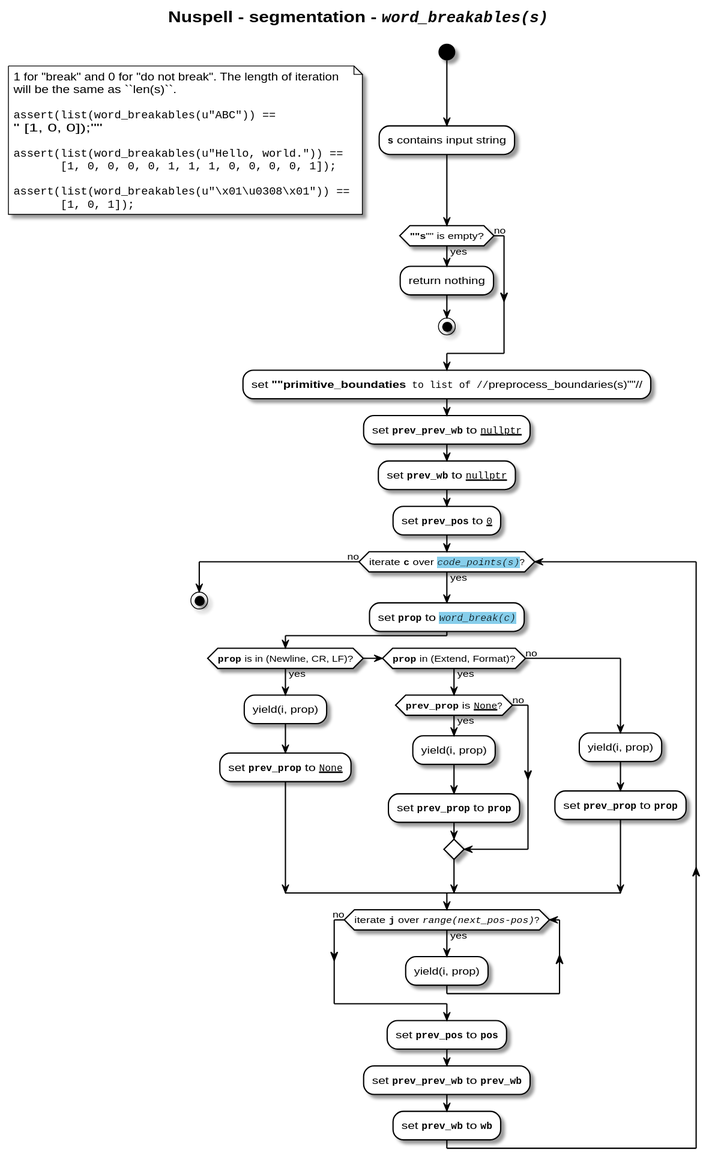
This is uml/activity-diagrams/segmentation-word_breakables-activity-diagram.svg from nuspell/misc-nuspell, a PlantUML export, as it was before one commit. Source of this version:
```plantuml
@startuml
skinparam BackgroundColor White|White
skinparam ArrowColor Black

skinparam NoteBackgroundColor White
skinparam NoteBorderColor Black

skinparam ActivityBackgroundColor White
skinparam ActivityDiamondBackgroundColor White
skinparam ActivityBorderColor Black
skinparam ActivityDiamondBorderColor Black

title **Nuspell - segmentation - //""word_breakables(s)""//**\n

start

:**""s""** contains input string;
floating note left
    1 for "break" and 0 for "do not break".  The length of iteration
    will be the same as ``len(s)``.

    ""assert(list(word_breakables(u"ABC")) ==""
    "        [1, 0, 0]);""

    ""assert(list(word_breakables(u"Hello, world.")) ==""
    ""       [1, 0, 0, 0, 0, 1, 1, 1, 0, 0, 0, 0, 1]);""

    ""assert(list(word_breakables(u"\x01\u0308\x01")) ==""
    ""       [1, 0, 1]);""
end note

if (**""s**"" is empty?) then (yes)
    :return nothing;
    stop
else (no)
endif

:set **""primitive_boundaties**"" to list of //""preprocess_boundaries(s)""//;
:set **""prev_prev_wb""** to __""nullptr""__;
:set **""prev_wb""** to __""nullptr""__;
:set **""prev_pos""** to __""0""__;

while (iterate **""c""** over <back:skyblue>//""code_points(s)""//</back>?) is (yes)
    :set **""prop""** to <back:skyblue>//""word_break(c)""//</back>;
    if (**""prop""** is in (Newline, CR, LF)?) then (yes)
        :yield(i, prop);
        :set **""prev_prop""** to __""None""__;
    elseif (**""prop""** in (Extend, Format)?) then (yes)
        if (**""prev_prop""** is __""None""__?) then (yes)
            :yield(i, prop);
            :set **""prev_prop""** to **""prop""**;
        else (no)
        endif
    else (no)
        :yield(i, prop);
        :set **""prev_prop""** to **""prop""**;
    endif

    while (iterate **""j""** over //""range(next_pos-pos)""//?) is (yes)
        :yield(i, prop);
    endwhile (no)
    :set **""prev_pos""** to **""pos""**;
    :set **""prev_prev_wb""** to **""prev_wb""**;
    :set **""prev_wb""** to **""wb""**;
endwhile (no)

stop

@enduml
```
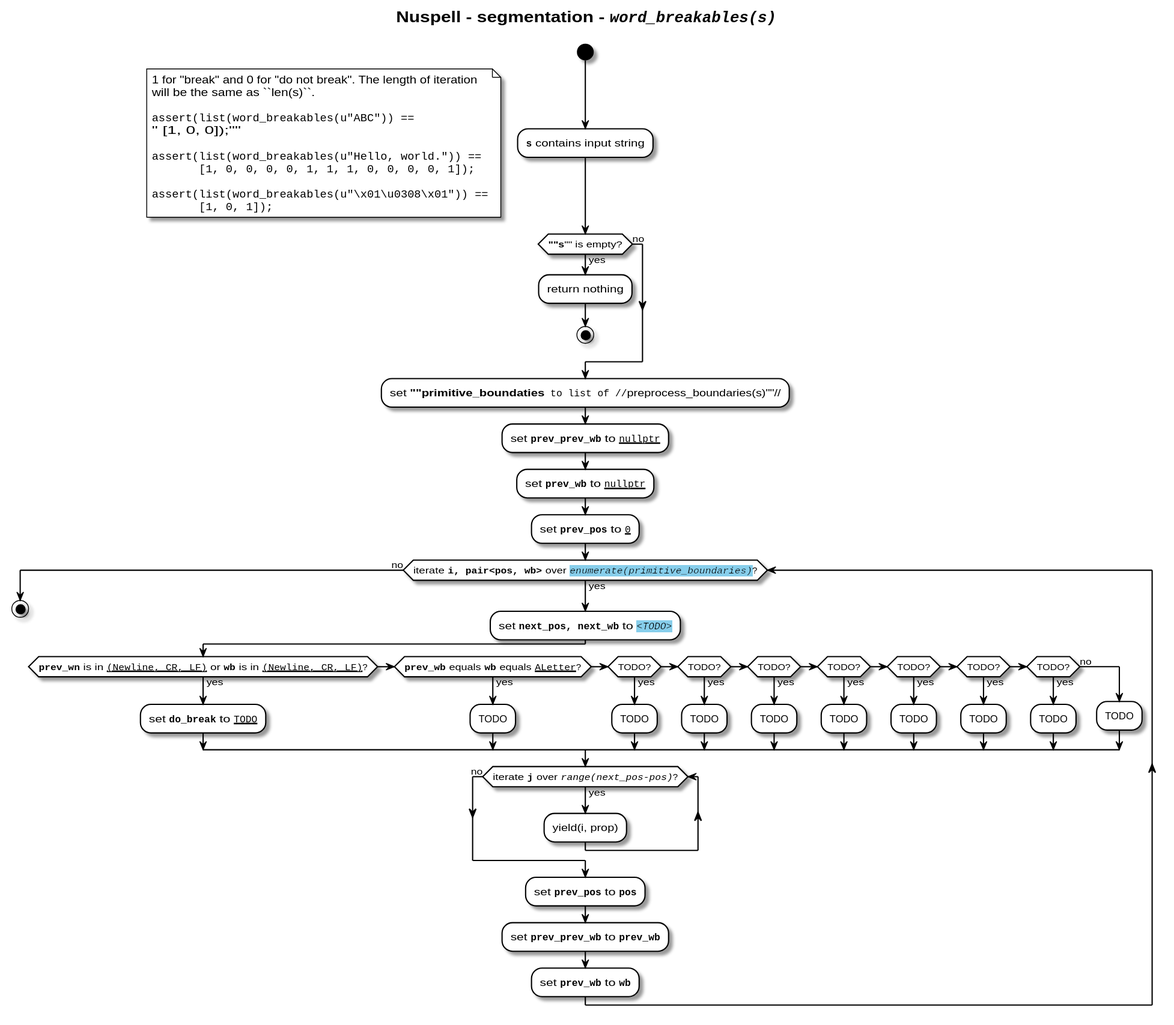
The same file after the commit.

What changed in the source:
```diff
@@ -40,20 +40,28 @@
 :set **""prev_wb""** to __""nullptr""__;
 :set **""prev_pos""** to __""0""__;
 
-while (iterate **""c""** over <back:skyblue>//""code_points(s)""//</back>?) is (yes)
-    :set **""prop""** to <back:skyblue>//""word_break(c)""//</back>;
-    if (**""prop""** is in (Newline, CR, LF)?) then (yes)
-        :yield(i, prop);
-        :set **""prev_prop""** to __""None""__;
-    elseif (**""prop""** in (Extend, Format)?) then (yes)
-        if (**""prev_prop""** is __""None""__?) then (yes)
-            :yield(i, prop);
-            :set **""prev_prop""** to **""prop""**;
-        else (no)
-        endif
+while (iterate **""i, pair<pos, wb>""** over <back:skyblue>//""enumerate(primitive_boundaries)""//</back>?) is (yes)
+    :set **""next_pos, next_wb""** to <back:skyblue>//""<TODO>""//</back>;
+    if (**""prev_wn""** is in ""__(Newline, CR, LF)__"" or **""wb""** is in __""(Newline, CR, LF)""__?) then (yes)
+        :set **""do_break""** to __""TODO""__;
+    elseif (**""prev_wb""** equals **""wb""** equals __""ALetter""__?) then (yes)
+        :TODO;
+    elseif (TODO?) then (yes)
+        :TODO;
+    elseif (TODO?) then (yes)
+        :TODO;
+    elseif (TODO?) then (yes)
+        :TODO;
+    elseif (TODO?) then (yes)
+        :TODO;
+    elseif (TODO?) then (yes)
+        :TODO;
+    elseif (TODO?) then (yes)
+        :TODO;
+    elseif (TODO?) then (yes)
+        :TODO;
     else (no)
-        :yield(i, prop);
-        :set **""prev_prop""** to **""prop""**;
+        :TODO;
     endif
 
     while (iterate **""j""** over //""range(next_pos-pos)""//?) is (yes)
```
